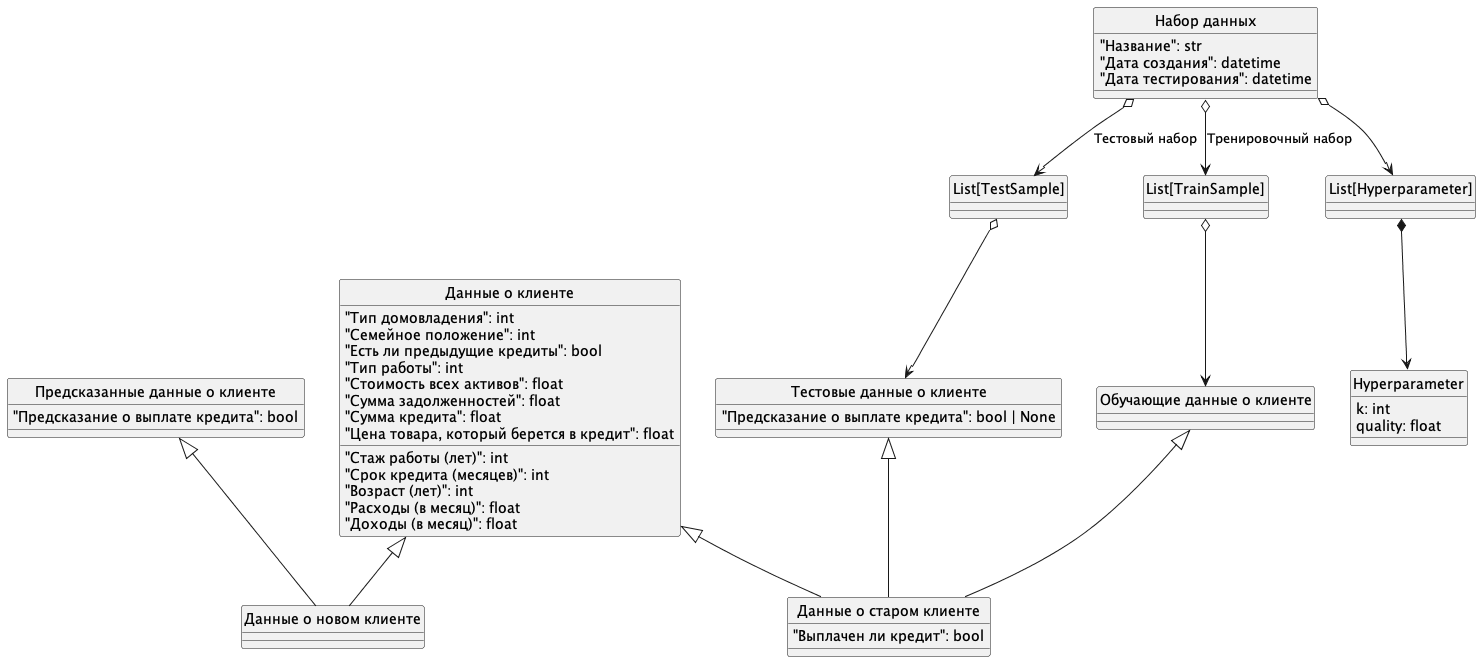
Before: task-1/logical/uml_extended.png, a diagram exported from PlantUML (Like6po/oop-web-learn).
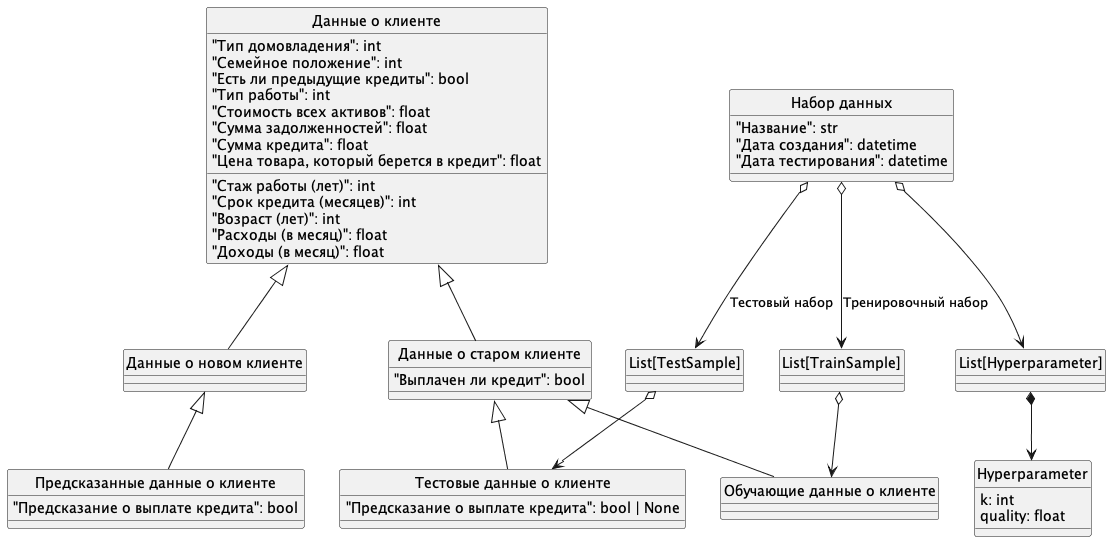
After the commit.

Commit message:
Fix extended logical ump directions

Diff of the diagram source:
```diff
@@ -60,7 +60,7 @@
 
 Sample <|-- UnknownSample
 Sample <|-- KnownSample
-ClassifiedSample <|-- UnknownSample
-TestSample <|-- KnownSample
-TrainSample <|-- KnownSample
+UnknownSample <|-- ClassifiedSample
+KnownSample <|-- TestSample
+KnownSample <|-- TrainSample
 @enduml
```
